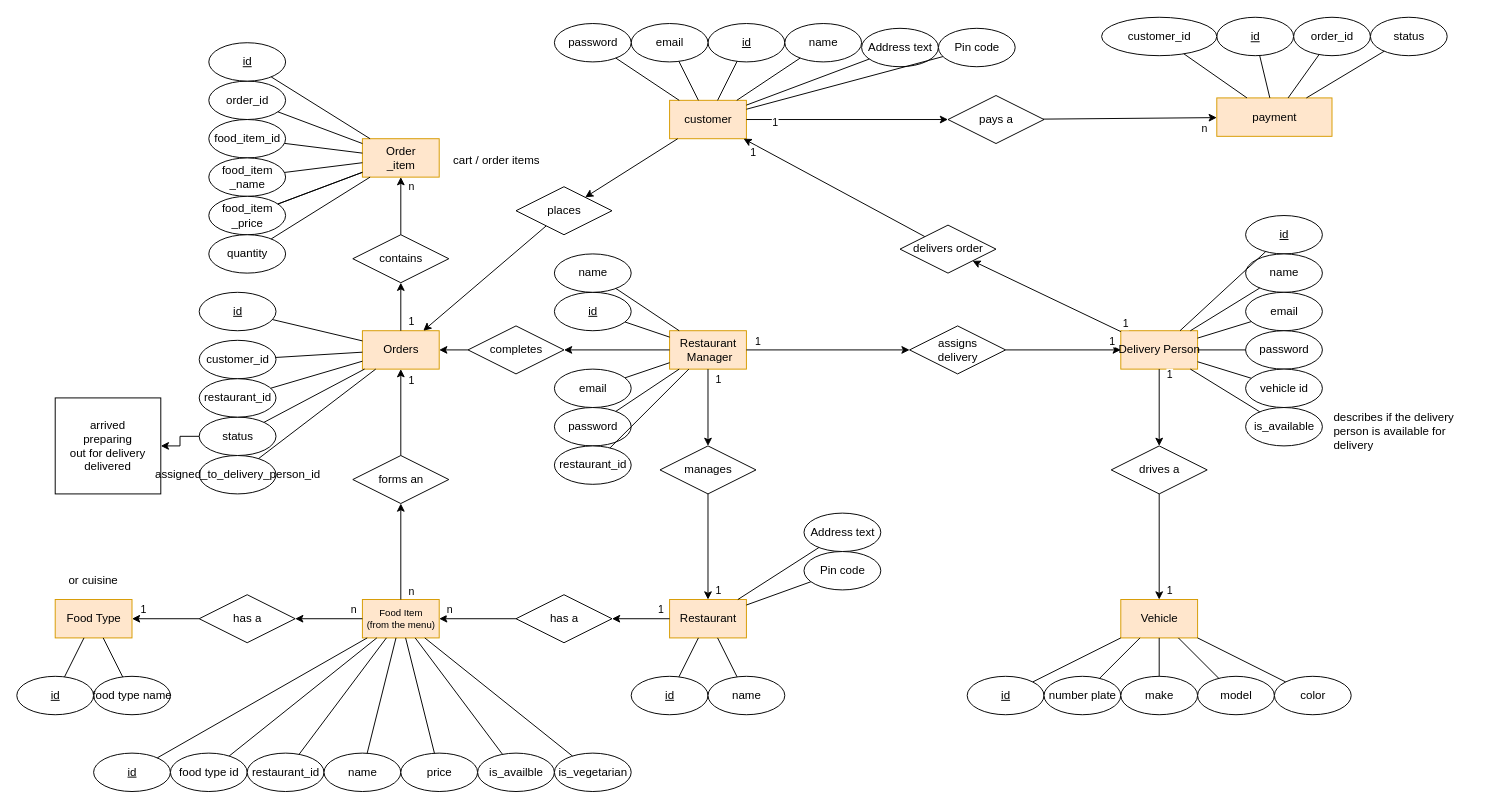
callofthewild/hunger-buzz keeps this draw.io diagram as diagrams/ER/Untitled Diagram.drawio. Above is the earlier version. Source tidied: cells renumbered, new cells numbered last; positions are measured from the earlier drawing's top-left corner, leaving out a move shared by most shapes. Both pictures are drawn from the tidied source at 96%, with x=0, y=0 at pixel (16, 16).
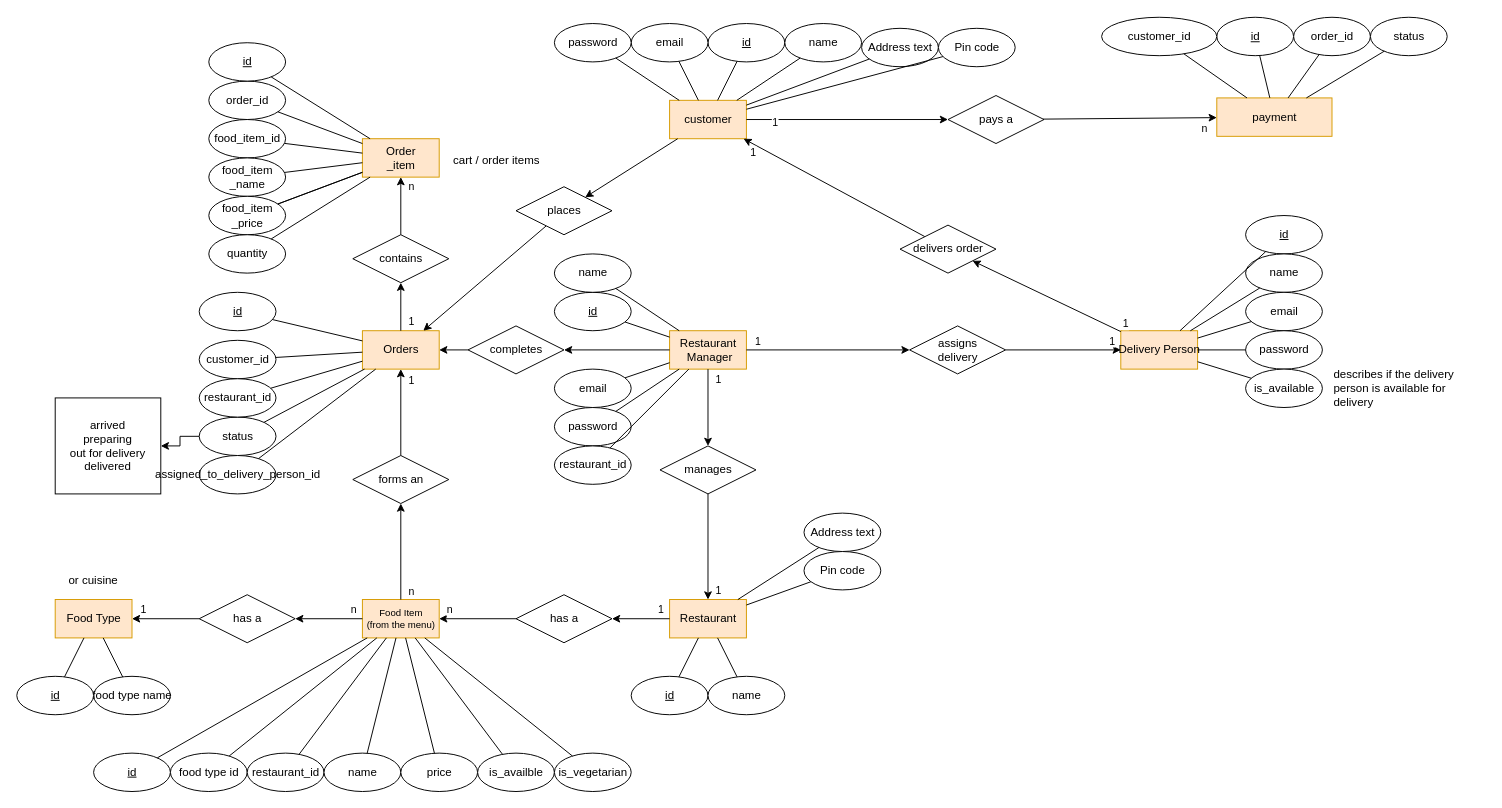
After the change.

Commit message:
Removed Vehicle From ER Diagram 2

Unchanged cells that the change refers to:
```xml
<mxCell id="14" value="Delivery Person" style="rounded=0;html=1;fillColor=#ffe6cc;strokeColor=#d79b00;" parent="1" vertex="1">
  <mxGeometry x="1150" y="327" width="80" height="40" as="geometry" />
</mxCell>
```

The edit, as a diff of the source:
```diff
@@
-    <mxCell id="31" value="vehicle id" style="ellipse;html=1;align=center;" parent="1" vertex="1">
-      <mxGeometry x="1280" y="367" width="80" height="40" as="geometry" />
-    </mxCell>
@@
-    <mxCell id="34" style="endArrow=none;html=1;rounded=0;" parent="1" edge="1" source="14" target="31">
-      <mxGeometry relative="1" as="geometry" />
-    </mxCell>
-    <mxCell id="35" style="endArrow=none;html=1;rounded=0;startArrow=classic;startFill=1;" parent="1" edge="1" target="37">
-      <mxGeometry relative="1" as="geometry">
-        <mxPoint x="1190" y="607" as="sourcePoint" />
-      </mxGeometry>
-    </mxCell>
-    <mxCell id="36" value="1" style="edgeLabel;html=1;align=center;verticalAlign=middle;" parent="35" vertex="1">
-      <mxGeometry x="-0.93" y="-1" relative="1" as="geometry">
-        <mxPoint x="9" y="-6" as="offset" />
-      </mxGeometry>
-    </mxCell>
-    <mxCell id="37" value="drives a" style="shape=rhombus;perimeter=rhombusPerimeter;html=1;align=center;" parent="1" vertex="1">
-      <mxGeometry x="1140" y="447" width="100" height="50" as="geometry" />
-    </mxCell>
-    <mxCell id="38" style="endArrow=none;html=1;rounded=0;startArrow=classic;startFill=1;" parent="1" edge="1" source="37" target="14">
-      <mxGeometry relative="1" as="geometry" />
-    </mxCell>
-    <mxCell id="39" value="1" style="edgeLabel;html=1;align=center;verticalAlign=middle;" parent="38" vertex="1">
-      <mxGeometry x="0.88" y="1" relative="1" as="geometry">
-        <mxPoint x="11" as="offset" />
-      </mxGeometry>
-    </mxCell>
-    <mxCell id="40" value="Vehicle" style="rounded=0;html=1;fillColor=#ffe6cc;strokeColor=#d79b00;" parent="1" vertex="1">
-      <mxGeometry x="1150" y="607" width="80" height="40" as="geometry" />
-    </mxCell>
-    <mxCell id="41" value="id" style="ellipse;html=1;align=center;fontStyle=4;" parent="1" vertex="1">
-      <mxGeometry x="990" y="687" width="80" height="40" as="geometry" />
-    </mxCell>
-    <mxCell id="42" value="number plate" style="ellipse;html=1;align=center;" parent="1" vertex="1">
-      <mxGeometry x="1070" y="687" width="80" height="40" as="geometry" />
-    </mxCell>
-    <mxCell id="43" value="make" style="ellipse;html=1;align=center;" parent="1" vertex="1">
-      <mxGeometry x="1150" y="687" width="80" height="40" as="geometry" />
-    </mxCell>
-    <mxCell id="44" value="model" style="ellipse;html=1;align=center;" parent="1" vertex="1">
-      <mxGeometry x="1230" y="687" width="80" height="40" as="geometry" />
-    </mxCell>
-    <mxCell id="45" value="color" style="ellipse;html=1;align=center;" parent="1" vertex="1">
-      <mxGeometry x="1310" y="687" width="80" height="40" as="geometry" />
-    </mxCell>
-    <mxCell id="46" style="endArrow=none;html=1;rounded=0;" parent="1" edge="1" source="40" target="41">
-      <mxGeometry relative="1" as="geometry" />
-    </mxCell>
-    <mxCell id="47" style="endArrow=none;html=1;rounded=0;" parent="1" edge="1" source="40" target="42">
-      <mxGeometry relative="1" as="geometry" />
-    </mxCell>
-    <mxCell id="48" style="endArrow=none;html=1;rounded=0;" parent="1" edge="1" source="40" target="43">
-      <mxGeometry relative="1" as="geometry" />
-    </mxCell>
-    <mxCell id="49" style="endArrow=none;html=1;rounded=0;" parent="1" edge="1" source="40" target="44">
-      <mxGeometry relative="1" as="geometry" />
-    </mxCell>
-    <mxCell id="50" style="endArrow=none;html=1;rounded=0;" parent="1" edge="1" source="40" target="45">
-      <mxGeometry relative="1" as="geometry" />
-    </mxCell>
@@
     <mxCell id="136" value="is_available" style="ellipse;html=1;align=center;" parent="1" vertex="1">
-      <mxGeometry x="1280" y="407" width="80" height="40" as="geometry" />
+      <mxGeometry x="1280" y="367" width="80" height="40" as="geometry" />
     </mxCell>
@@
     <mxCell id="151" value="describes if the delivery person is available for delivery" style="text;html=1;strokeColor=none;fillColor=none;align=left;verticalAlign=middle;whiteSpace=wrap;rounded=0;" parent="1" vertex="1">
-      <mxGeometry x="1370" y="417" width="160" height="30" as="geometry" />
+      <mxGeometry x="1370" y="372" width="160" height="30" as="geometry" />
     </mxCell>
```
